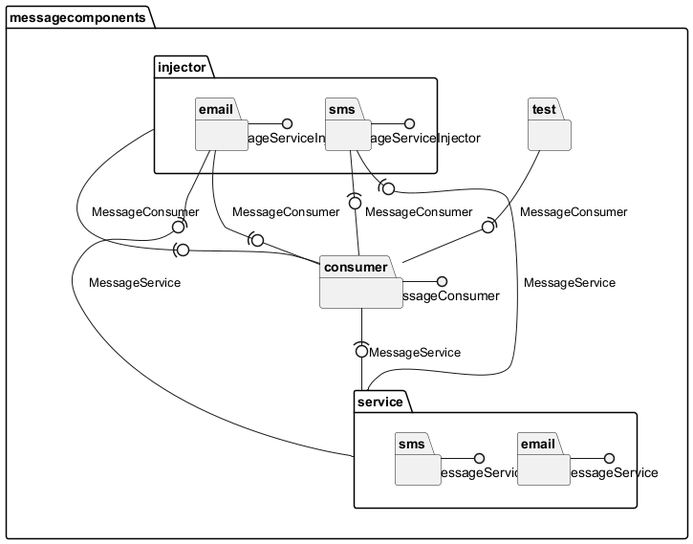
This is src/component_diagram.png from Antonia123456/ComponentDiagramGenerator, a PlantUML export, as it was before one commit.
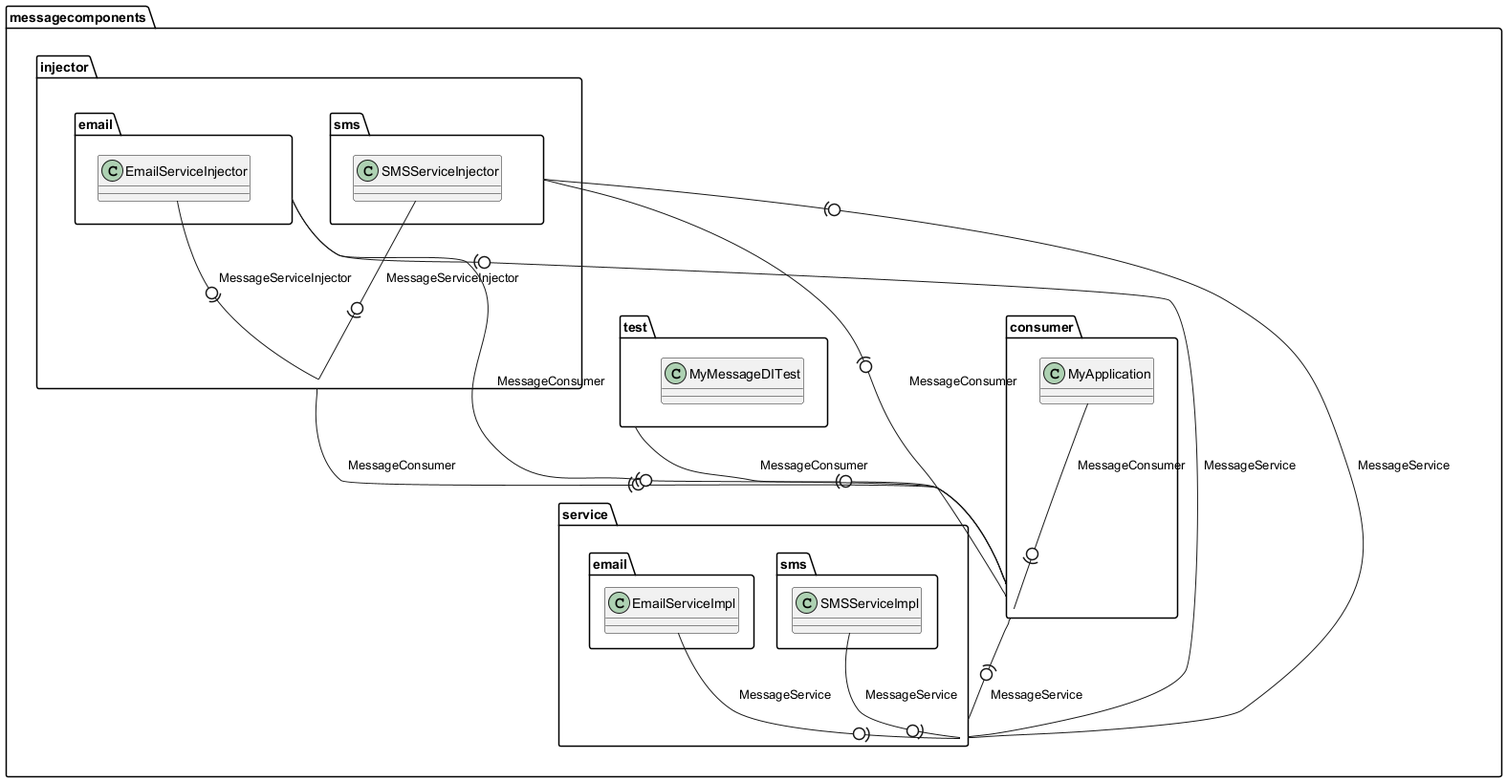
The same diagram one commit later.

What changed in the source:
```diff
@@ -2,31 +2,37 @@
 package messagecomponents {
 package messagecomponents.injector {
 package messagecomponents.injector.email {
+  class messagecomponents.injector.email.EmailServiceInjector
 }
 package messagecomponents.injector.sms {
+  class messagecomponents.injector.sms.SMSServiceInjector
 }
 }
 package messagecomponents.consumer {
+  class messagecomponents.consumer.MyApplication
 }
 package messagecomponents.test {
+  class messagecomponents.test.MyMessageDITest
 }
 package messagecomponents.service {
 package messagecomponents.service.email {
+  class messagecomponents.service.email.EmailServiceImpl
 }
 package messagecomponents.service.sms {
+  class messagecomponents.service.sms.SMSServiceImpl
 }
 }
 }
-messagecomponents.service.email -() MessageService
-messagecomponents.injector.email -() MessageServiceInjector
-messagecomponents.consumer -() MessageConsumer
-messagecomponents.service.sms -() MessageService
-messagecomponents.injector.sms -() MessageServiceInjector
+messagecomponents.service.sms.SMSServiceImpl -0)- messagecomponents.service : "MessageService"
+messagecomponents.service.email.EmailServiceImpl -0)- messagecomponents.service : "MessageService"
+messagecomponents.injector.sms.SMSServiceInjector -0)- messagecomponents.injector : "MessageServiceInjector"
+messagecomponents.consumer.MyApplication -0)- messagecomponents.consumer : "MessageConsumer"
+messagecomponents.injector.email.EmailServiceInjector -0)- messagecomponents.injector : "MessageServiceInjector"
+messagecomponents.injector.sms -(0- messagecomponents.consumer : "MessageConsumer"
+messagecomponents.injector.sms -(0- messagecomponents.service : "MessageService"
+messagecomponents.consumer -(0- messagecomponents.service : "MessageService"
 messagecomponents.test -(0- messagecomponents.consumer : "MessageConsumer"
 messagecomponents.injector -(0- messagecomponents.consumer : "MessageConsumer"
 messagecomponents.injector.email -(0- messagecomponents.consumer : "MessageConsumer"
 messagecomponents.injector.email -(0- messagecomponents.service : "MessageService"
-messagecomponents.consumer -(0- messagecomponents.service : "MessageService"
-messagecomponents.injector.sms -(0- messagecomponents.consumer : "MessageConsumer"
-messagecomponents.injector.sms -(0- messagecomponents.service : "MessageService"
 @enduml
```
